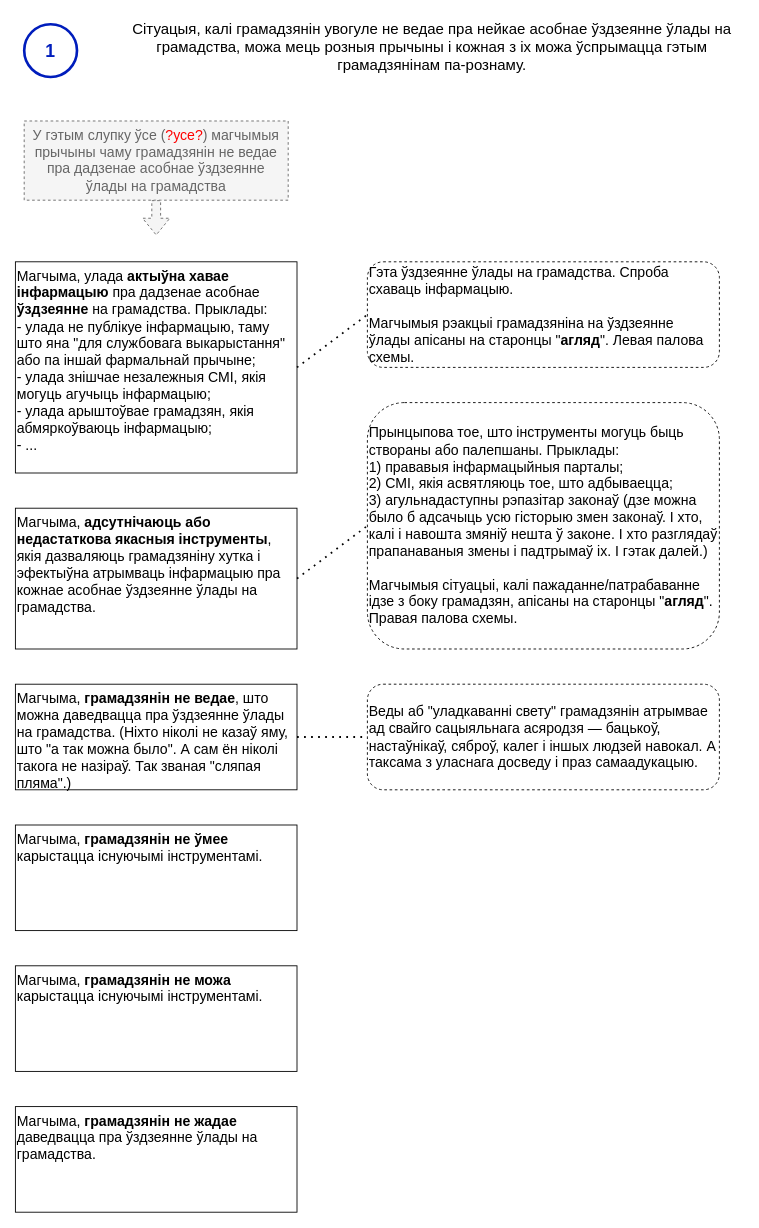
Earlier version of the draw.io diagram page "нататка-1" (2 of 2) of current-reality-tree/Дрэва цяперашняй рэальнасці.drawio (mshurkaeu-public/i-care.by). Source tidied: cells renumbered, new cells numbered last; positions are measured from the earlier drawing's top-left corner, leaving out a move shared by most shapes. Both pictures are drawn from the tidied source at 88%, with x=0, y=0 at pixel (15, 15).
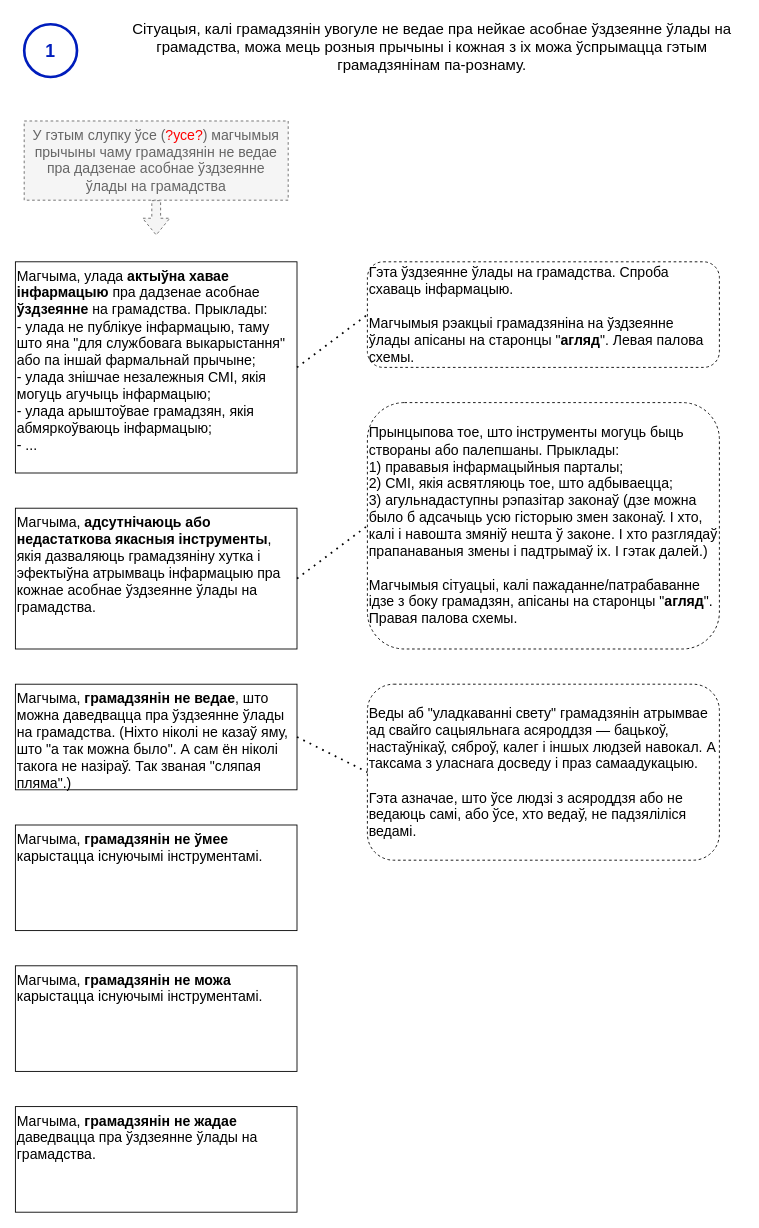
After the change.

Change to the diagram source:
```diff
@@
 <mxGraphModel background="#ffffff">
   <root>
     <mxCell id="0" />
     <mxCell id="1" parent="0" />
     <mxCell id="2" value="Сітуацыя, калі грамадзянін увогуле не ведае пра нейкае асобнае ўздзеянне ўлады на грамадства, можа мець розныя прычыны і кожная з іх можа ўспрымацца гэтым грамадзянінам па-рознаму." style="text;html=1;strokeColor=none;fillColor=none;align=center;verticalAlign=top;whiteSpace=wrap;rounded=0;fontSize=17;" parent="1" vertex="1">
       <mxGeometry x="120" width="707" height="80" as="geometry" />
     </mxCell>
     <mxCell id="3" style="verticalLabelPosition=bottom;verticalAlign=top;html=1;shape=mxgraph.flowchart.on-page_reference;strokeWidth=3;fillColor=none;fontColor=#ffffff;strokeColor=#001DBC;comic=0;" parent="1" vertex="1">
       <mxGeometry x="10" y="10" width="60" height="60" as="geometry" />
     </mxCell>
     <mxCell id="4" value="1" style="text;html=1;strokeColor=none;fillColor=none;align=center;verticalAlign=middle;whiteSpace=wrap;rounded=0;fontColor=#001DBC;fontSize=20;fontStyle=1;" parent="1" vertex="1">
       <mxGeometry x="10" y="25" width="60" height="30" as="geometry" />
     </mxCell>
     <mxCell id="5" value="У гэтым слупку ўсе (&lt;font color=&quot;#ff0000&quot;&gt;?усе?&lt;/font&gt;) магчымыя прычыны чаму грамадзянін не ведае пра дадзенае асобнае ўздзеянне ўлады на грамадства" style="text;html=1;strokeColor=#666666;fillColor=#f5f5f5;align=center;verticalAlign=top;whiteSpace=wrap;rounded=0;fontSize=16;fontColor=#666666;dashed=1;rotation=0;" parent="1" vertex="1">
       <mxGeometry x="10" y="120" width="300" height="90" as="geometry" />
     </mxCell>
     <mxCell id="6" style="shape=flexArrow;endArrow=classic;html=1;rounded=0;exitX=0.5;exitY=1;exitDx=0;exitDy=0;fillColor=#f5f5f5;strokeColor=#666666;dashed=1;" parent="1" edge="1" source="5">
       <mxGeometry relative="1" as="geometry">
         <mxPoint x="160" y="250" as="targetPoint" />
       </mxGeometry>
     </mxCell>
     <mxCell id="7" value="Магчыма, улада &lt;b&gt;актыўна хавае інфармацыю&lt;/b&gt; пра дадзенае асобнае &lt;b&gt;ўздзеянне&lt;/b&gt; на грамадства. Прыклады:&lt;br&gt;- улада не публікуе інфармацыю, таму што яна &quot;для службовага выкарыстання&quot; або па іншай фармальнай прычыне;&lt;br&gt;- улада знішчае незалежныя СМІ, якія могуць агучыць інфармацыю;&lt;br&gt;- улада арыштоўвае грамадзян, якія абмяркоўваюць інфармацыю;&lt;br&gt;- ...&lt;br&gt; " style="text;html=1;align=left;verticalAlign=top;whiteSpace=wrap;rounded=0;fontSize=16;strokeColor=default;rotation=0;" parent="1" vertex="1">
       <mxGeometry y="280" width="320" height="240" as="geometry" />
     </mxCell>
     <mxCell id="8" value="Магчыма, &lt;b&gt;адсутнічаюць або недастаткова якасныя інструменты&lt;/b&gt;, якія дазваляюць грамадзяніну хутка і эфектыўна атрымваць інфармацыю пра кожнае асобнае ўздзеянне ўлады на грамадства.&lt;br&gt; " style="text;html=1;align=left;verticalAlign=top;whiteSpace=wrap;rounded=0;fontSize=16;strokeColor=default;rotation=0;" parent="1" vertex="1">
       <mxGeometry y="560" width="320" height="160" as="geometry" />
     </mxCell>
     <mxCell id="9" value="&lt;span&gt;Прынцыпова тое, што інструменты могуць быць створаны або палепшаны. Прыклады:&lt;br&gt;1) прававыя інфармацыйныя парталы;&lt;br&gt;2) СМІ, якія асвятляюць тое, што адбываецца;&lt;br&gt;3) &lt;/span&gt;агульнадаступны рэпазітар законаў (дзе можна было б адсачыць усю гісторыю змен законаў. І хто, калі і навошта змяніў нешта ў законе. І хто разглядаў прапанаваныя змены і падтрымаў іх. І гэтак далей.)&lt;br&gt;&lt;br&gt;Магчымыя сітуацыі, калі пажаданне/патрабаванне ідзе з боку грамадзян, апісаны на старонцы &quot;&lt;b&gt;агляд&lt;/b&gt;&quot;. Правая палова схемы." style="text;html=1;align=left;verticalAlign=middle;whiteSpace=wrap;rounded=1;fontSize=16;strokeColor=default;fontStyle=0;dashed=1;rotation=0;" parent="1" vertex="1">
       <mxGeometry x="400" y="440" width="400" height="280" as="geometry" />
     </mxCell>
     <mxCell id="10" value="&lt;span&gt;Гэта ўздзеянне ўлады на грамадства. Спроба схаваць інфармацыю.&lt;br&gt;&lt;br&gt;Магчымыя рэакцыі грамадзяніна на ўздзеянне ўлады апісаны на старонцы &quot;&lt;b&gt;агляд&lt;/b&gt;&quot;. Левая палова схемы.&lt;br&gt;&lt;/span&gt;" style="text;html=1;align=left;verticalAlign=middle;whiteSpace=wrap;rounded=1;fontSize=16;strokeColor=default;fontStyle=0;glass=0;shadow=0;dashed=1;rotation=0;" parent="1" vertex="1">
       <mxGeometry x="400" y="280" width="400" height="120" as="geometry" />
     </mxCell>
     <mxCell id="11" style="endArrow=none;dashed=1;html=1;dashPattern=1 3;strokeWidth=2;rounded=0;exitX=1;exitY=0.5;exitDx=0;exitDy=0;entryX=0;entryY=0.5;entryDx=0;entryDy=0;" parent="1" edge="1" source="7" target="10">
       <mxGeometry relative="1" as="geometry" />
     </mxCell>
     <mxCell id="12" style="endArrow=none;dashed=1;html=1;dashPattern=1 3;strokeWidth=2;rounded=0;exitX=1;exitY=0.5;exitDx=0;exitDy=0;entryX=0;entryY=0.5;entryDx=0;entryDy=0;" parent="1" edge="1" source="8" target="9">
       <mxGeometry relative="1" as="geometry" />
     </mxCell>
     <mxCell id="13" value="Магчыма, &lt;b&gt;грамадзянін не ведае&lt;/b&gt;, што можна даведвацца пра ўздзеянне ўлады на грамадства. (Ніхто ніколі не казаў яму, што &quot;а так можна было&quot;. А сам ён ніколі такога не назіраў. Так званая &quot;сляпая пляма&quot;.)&lt;br&gt; " style="text;html=1;align=left;verticalAlign=top;whiteSpace=wrap;rounded=0;fontSize=16;strokeColor=default;rotation=0;" parent="1" vertex="1">
       <mxGeometry y="760" width="320" height="120" as="geometry" />
     </mxCell>
-    <mxCell id="14" value="Веды аб &quot;уладкаванні свету&quot; грамадзянін атрымвае ад свайго сацыяльнага асяродзя — бацькоў, настаўнікаў, сяброў, калег і іншых людзей навокал. А таксама з уласнага досведу і праз самаадукацыю." style="text;html=1;align=left;verticalAlign=middle;whiteSpace=wrap;rounded=1;fontSize=16;strokeColor=default;fontStyle=0;glass=0;shadow=0;dashed=1;rotation=0;" parent="1" vertex="1">
-      <mxGeometry x="400" y="760" width="400" height="120" as="geometry" />
+    <mxCell id="14" value="&lt;div&gt;Веды аб &quot;уладкаванні свету&quot; грамадзянін атрымвае ад свайго сацыяльнага асяроддзя — бацькоў, настаўнікаў, сяброў, калег і іншых людзей навокал. А таксама з уласнага досведу і праз самаадукацыю.&lt;/div&gt;&lt;div&gt;&lt;br&gt;&lt;/div&gt;&lt;div&gt;Гэта азначае, што ўсе людзі з асяроддзя або не ведаюць самі, або ўсе, хто ведаў, не падзяліліся ведамі.&lt;br&gt;&lt;/div&gt;" style="text;html=1;align=left;verticalAlign=middle;whiteSpace=wrap;rounded=1;fontSize=16;strokeColor=default;fontStyle=0;glass=0;shadow=0;dashed=1;rotation=0;" parent="1" vertex="1">
+      <mxGeometry x="400" y="760" width="400" height="200" as="geometry" />
     </mxCell>
     <mxCell id="15" style="endArrow=none;dashed=1;html=1;dashPattern=1 3;strokeWidth=2;rounded=0;exitX=1;exitY=0.5;exitDx=0;exitDy=0;entryX=0;entryY=0.5;entryDx=0;entryDy=0;" parent="1" edge="1" source="13" target="14">
       <mxGeometry relative="1" as="geometry" />
     </mxCell>
     <mxCell id="16" value="Магчыма, &lt;b&gt;грамадзянін не ўмее&lt;/b&gt; карыстацца існуючымі інструментамі.&lt;br&gt; " style="text;html=1;align=left;verticalAlign=top;whiteSpace=wrap;rounded=0;fontSize=16;strokeColor=default;rotation=0;" parent="1" vertex="1">
       <mxGeometry y="920" width="320" height="120" as="geometry" />
     </mxCell>
     <mxCell id="17" value="Магчыма, &lt;b&gt;грамадзянін не можа&lt;/b&gt; карыстацца існуючымі інструментамі.&lt;br&gt; " style="text;html=1;align=left;verticalAlign=top;whiteSpace=wrap;rounded=0;fontSize=16;strokeColor=default;rotation=0;" parent="1" vertex="1">
       <mxGeometry y="1080" width="320" height="120" as="geometry" />
     </mxCell>
     <mxCell id="18" value="Магчыма, &lt;b&gt;грамадзянін не жадае&lt;/b&gt; даведвацца пра ўздзеянне ўлады на грамадства.&lt;br&gt; " style="text;html=1;align=left;verticalAlign=top;whiteSpace=wrap;rounded=0;fontSize=16;strokeColor=default;rotation=0;" parent="1" vertex="1">
       <mxGeometry y="1240" width="320" height="120" as="geometry" />
     </mxCell>
   </root>
 </mxGraphModel>
```
